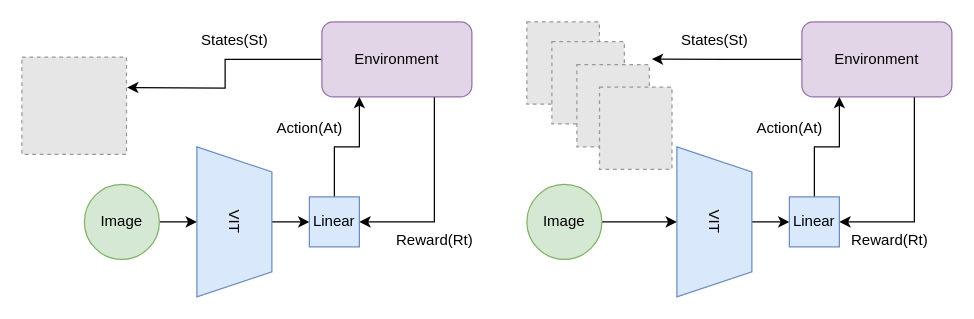
Song-z-h/tirocinio-in-uni keeps this draw.io diagram as N_frames.drawio. Above is the earlier version. Source tidied: cells renumbered, new cells numbered last; positions are measured from the earlier drawing's top-left corner, leaving out a move shared by most shapes. Both pictures are drawn from the tidied source at 125%, with x=0, y=0 at pixel (21, 21). Pictures stored in the file or linked from it are replaced by grey dashed boxes.
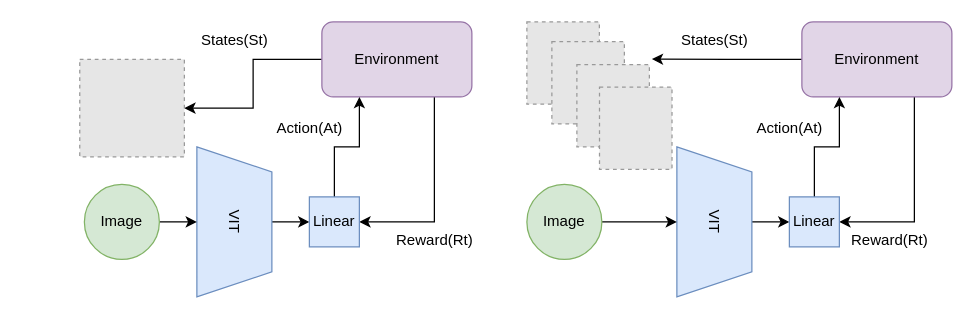
Above is the later version.

Unchanged cells that the change refers to:
```xml
<mxCell id="25" value="Environment&lt;br&gt;" style="rounded=1;whiteSpace=wrap;html=1;fillColor=#e1d5e7;strokeColor=#9673a6;" parent="1" vertex="1">
  <mxGeometry x="240" width="120" height="60" as="geometry" />
</mxCell>
```

Diff of the diagram source:
```diff
@@
-    <mxCell id="23" style="edgeStyle=orthogonalEdgeStyle;rounded=0;jettySize=auto;html=1;entryX=0.5;entryY=0;entryDx=0;entryDy=0;" parent="1" edge="1" source="25">
-      <mxGeometry relative="1" as="geometry">
-        <mxPoint x="84.2" y="52.5" as="targetPoint" />
-      </mxGeometry>
-    </mxCell>
@@
+    <mxCell id="31" style="edgeStyle=orthogonalEdgeStyle;rounded=0;jettySize=auto;html=1;" parent="1" edge="1" source="25" target="30">
+      <mxGeometry relative="1" as="geometry" />
+    </mxCell>
@@
     <mxCell id="30" style="fillColor=#E6E6E6;strokeColor=#999999;dashed=1;verticalLabelPosition=bottom;labelBackgroundColor=default;verticalAlign=top;" parent="1" vertex="1">
-      <mxGeometry y="28.1" width="83.7" height="77.9" as="geometry" />
+      <mxGeometry x="46.3" y="30" width="83.7" height="77.9" as="geometry" />
     </mxCell>
```
